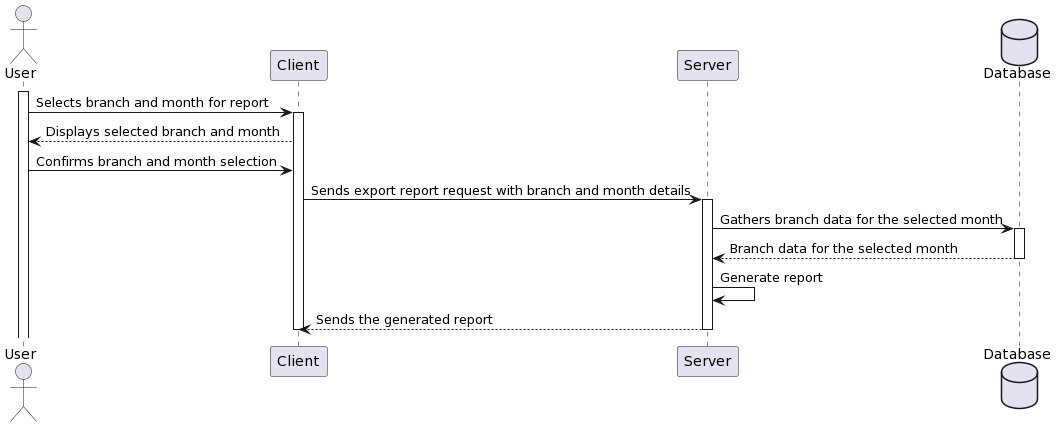
Earlier version of the PlantUML export Lab 1/Lab 1.2/sequence_diagram/export_branch_report/export_branch_report.png (H1eu69/SE357-Pratice-class).
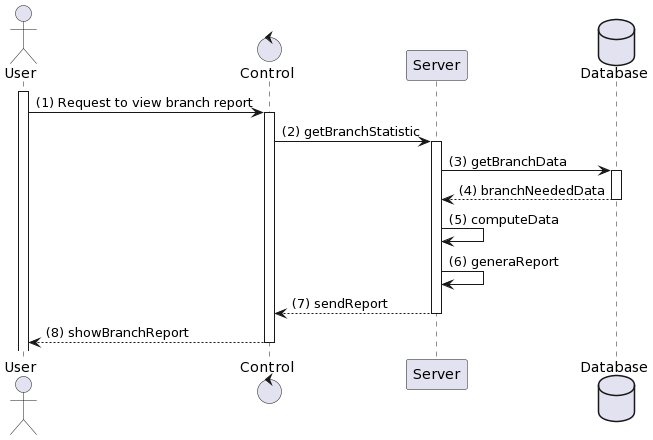
The same file after the commit.

What changed in the source:
```diff
@@ -1,22 +1,22 @@
 @startuml
 actor User
-participant "Client" as C
+control "Control" as C
 participant "Server" as S
 database Database
 
 activate User
-User -> C: Selects branch and month for report
+User -> C: (1) Request to view branch report
 activate C
-C --> User: Displays selected branch and month
-User -> C: Confirms branch and month selection
-C -> S: Sends export report request with branch and month details
+C -> S: (2) getBranchStatistic
 activate S
-S -> Database: Gathers branch data for the selected month
+S -> Database: (3) getBranchData
 activate Database
-Database --> S: Branch data for the selected month
+Database --> S: (4) branchNeededData
 deactivate Database
-S -> S: Generate report
-S --> C: Sends the generated report
+S -> S: (5) computeData
+S -> S: (6) generaReport
+S --> C: (7) sendReport
 deactivate S
+C --> User: (8) showBranchReport
 deactivate C
 @enduml
```
